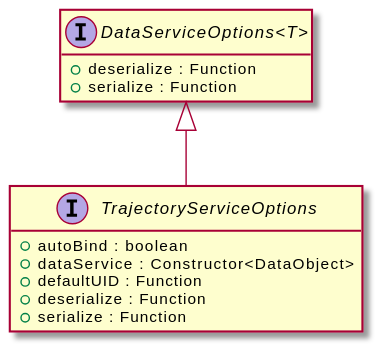
Above: assets/DataServiceOptions-umlClassDiagram-7464.svg in OpenHPS/openhps-core (PlantUML), before the change. The source it was exported from:
```plantuml
@startuml
skinparam BackgroundColor transparent
hide empty methods
hide empty fields
interface "DataServiceOptions<T>" {
    +deserialize : Function
    +serialize : Function
}
interface "TrajectoryServiceOptions" {
    +autoBind : boolean
    +dataService : Constructor<DataObject>
    +defaultUID : Function
    +deserialize : Function
    +serialize : Function
}
"DataServiceOptions<T>" <|-- "TrajectoryServiceOptions"
@enduml
```
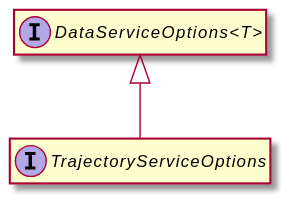
After the change.

The edit, as a diff of the source:
```diff
@@ -3,15 +3,8 @@
 hide empty methods
 hide empty fields
 interface "DataServiceOptions<T>" {
-    +deserialize : Function
-    +serialize : Function
 }
 interface "TrajectoryServiceOptions" {
-    +autoBind : boolean
-    +dataService : Constructor<DataObject>
-    +defaultUID : Function
-    +deserialize : Function
-    +serialize : Function
 }
 "DataServiceOptions<T>" <|-- "TrajectoryServiceOptions"
 @enduml
```
